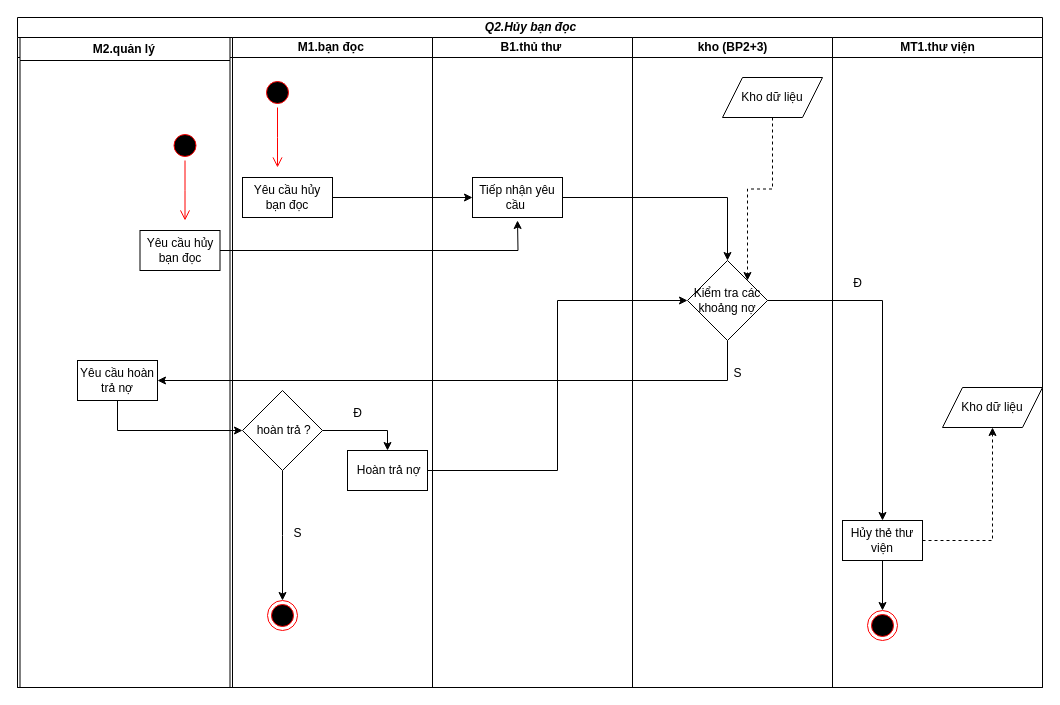
vqh17062001/PTTKHT keeps this draw.io diagram as page "Hủy bạn đọc" (2 of 11) of bài tap lớn/Biểu đồ hoạt động.drawio. Above is the earlier version. Source tidied: cells renumbered, new cells numbered last; positions are measured from the earlier drawing's top-left corner, leaving out a move shared by most shapes. Both pictures are drawn from the tidied source at 100%, with x=0, y=0 at pixel (17, 17).
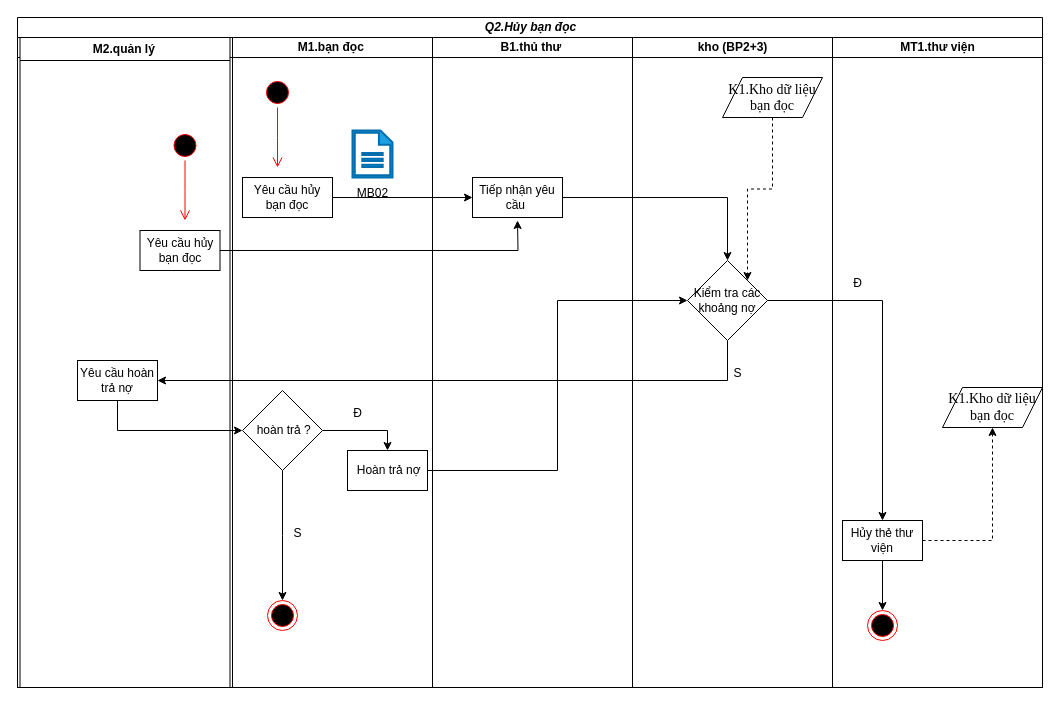
After the change.

Unchanged cells that the change refers to:
```xml
<mxCell id="11" value="&lt;b&gt;M1.bạn đọc&amp;nbsp;&lt;/b&gt;" style="swimlane;startSize=20;html=1;" parent="10" vertex="1">
  <mxGeometry width="200" height="650" as="geometry" />
</mxCell>
<mxCell id="23" value="&lt;b&gt;kho (BP2+3)&lt;/b&gt;" style="swimlane;startSize=20;html=1;" parent="2" vertex="1">
  <mxGeometry x="615" y="20" width="200" height="650" as="geometry" />
</mxCell>
<mxCell id="27" value="&lt;b&gt;MT1.thư viện&lt;/b&gt;" style="swimlane;startSize=20;html=1;" parent="2" vertex="1">
  <mxGeometry x="815" y="20" width="210" height="650" as="geometry" />
</mxCell>
```

What changed in the source:
```diff
@@
+    <mxCell id="42" style="sketch=0;shadow=0;html=1;strokeColor=#006EAF;fillColor=#1ba1e2;labelPosition=center;verticalLabelPosition=bottom;verticalAlign=top;align=center;shape=mxgraph.office.concepts.document;fontColor=#ffffff;strokeWidth=2;" parent="11" vertex="1">
+      <mxGeometry x="120" y="93" width="40" height="47" as="geometry" />
+    </mxCell>
+    <mxCell id="43" value="MB02" style="text;html=1;align=center;verticalAlign=middle;strokeColor=none;fillColor=none;" parent="11" vertex="1">
+      <mxGeometry x="115" y="141" width="50" height="30" as="geometry" />
+    </mxCell>
@@
-    <mxCell id="26" value="Kho dữ liệu" style="shape=parallelogram;perimeter=parallelogramPerimeter;whiteSpace=wrap;html=1;fixedSize=1;" parent="23" vertex="1">
+    <mxCell id="26" value="&lt;span style=&quot;font-size: 14px; line-height: 107%; font-family: &amp;quot;Times New Roman&amp;quot;, serif;&quot;&gt;K1.Kho dữ liệu bạn đọc&lt;/span&gt;" style="shape=parallelogram;perimeter=parallelogramPerimeter;whiteSpace=wrap;html=1;fixedSize=1;" parent="23" vertex="1">
       <mxGeometry x="90" y="40" width="100" height="40" as="geometry" />
     </mxCell>
@@
-    <mxCell id="28" value="Kho dữ liệu" style="shape=parallelogram;perimeter=parallelogramPerimeter;whiteSpace=wrap;html=1;fixedSize=1;" parent="27" vertex="1">
+    <mxCell id="28" value="&lt;span style=&quot;font-family: &amp;quot;Times New Roman&amp;quot;, serif; font-size: 14px;&quot;&gt;K1.Kho dữ liệu bạn đọc&lt;/span&gt;" style="shape=parallelogram;perimeter=parallelogramPerimeter;whiteSpace=wrap;html=1;fixedSize=1;" parent="27" vertex="1">
       <mxGeometry x="110" y="350" width="100" height="40" as="geometry" />
     </mxCell>
```
